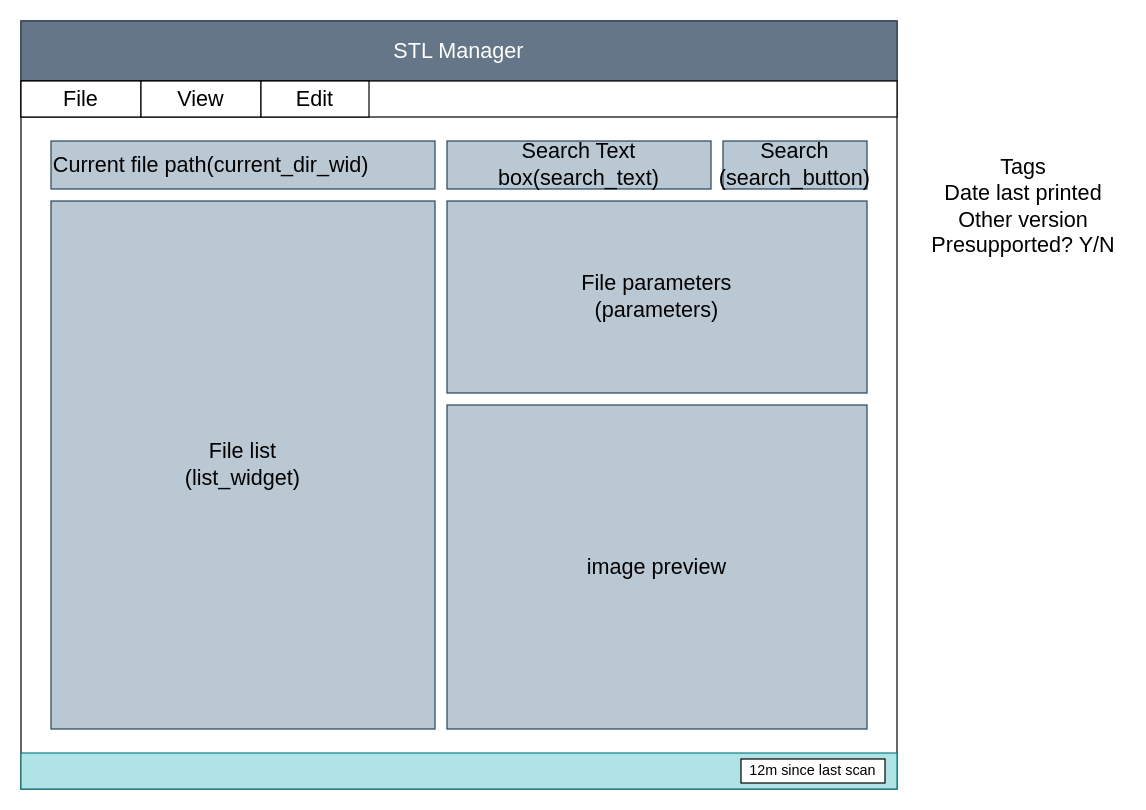
This is AppView.drawio from Gink3/STL_Manager, a draw.io file, before an edit. Source tidied: cells renumbered, new cells numbered last; positions are measured from the earlier drawing's top-left corner, leaving out a move shared by most shapes. Both pictures are drawn from the tidied source at 120%, with x=0, y=0 at pixel (20, 20).
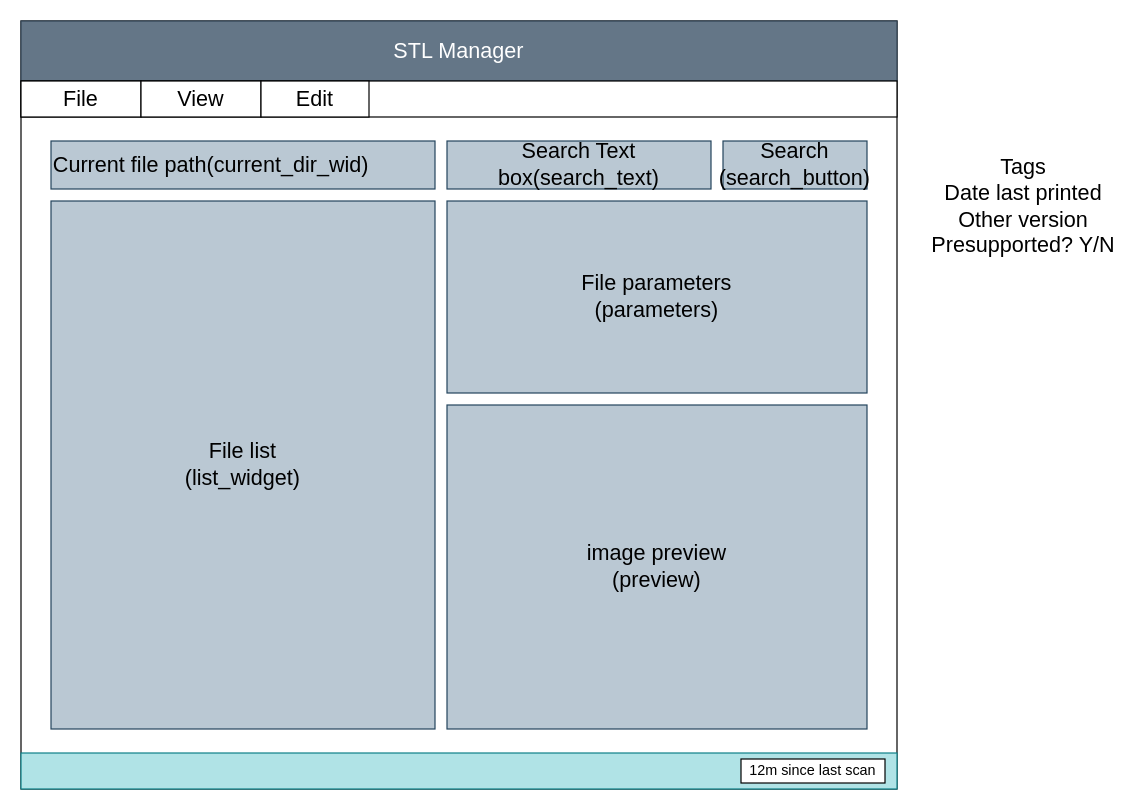
The same diagram, later.

Commit message:
Added image preview label

Diff of the diagram source:
```diff
@@
 <mxGraphModel>
   <root>
     <mxCell id="0" />
     <mxCell id="1" parent="0" />
     <mxCell id="2" style="rounded=0;whiteSpace=wrap;html=1;" parent="1" vertex="1">
       <mxGeometry width="730" height="640" as="geometry" />
     </mxCell>
     <mxCell id="3" value="&lt;font style=&quot;font-size: 18px;&quot;&gt;STL Manager&lt;/font&gt;" style="rounded=0;whiteSpace=wrap;html=1;fillColor=#647687;fontColor=#ffffff;strokeColor=#314354;" parent="1" vertex="1">
       <mxGeometry width="730" height="50" as="geometry" />
     </mxCell>
     <mxCell id="4" value="File list&lt;br&gt;(list_widget)" style="rounded=0;whiteSpace=wrap;html=1;fontSize=18;fillColor=#bac8d3;strokeColor=#23445d;" parent="1" vertex="1">
       <mxGeometry x="25" y="150" width="320" height="440" as="geometry" />
     </mxCell>
     <mxCell id="5" value="Current file path(current_dir_wid)" style="rounded=0;whiteSpace=wrap;html=1;fontSize=18;align=left;fillColor=#bac8d3;strokeColor=#23445d;" parent="1" vertex="1">
       <mxGeometry x="25" y="100" width="320" height="40" as="geometry" />
     </mxCell>
     <mxCell id="6" value="File parameters&lt;br&gt;(parameters)" style="rounded=0;whiteSpace=wrap;html=1;fontSize=18;fillColor=#bac8d3;strokeColor=#23445d;" parent="1" vertex="1">
       <mxGeometry x="355" y="150" width="350" height="160" as="geometry" />
     </mxCell>
-    <mxCell id="7" value="image preview" style="rounded=0;whiteSpace=wrap;html=1;fontSize=18;fillColor=#bac8d3;strokeColor=#23445d;" parent="1" vertex="1">
+    <mxCell id="7" value="image preview&lt;br&gt;(preview)" style="rounded=0;whiteSpace=wrap;html=1;fontSize=18;fillColor=#bac8d3;strokeColor=#23445d;" parent="1" vertex="1">
       <mxGeometry x="355" y="320" width="350" height="270" as="geometry" />
     </mxCell>
     <mxCell id="8" value="Search Text box(search_text)" style="rounded=0;whiteSpace=wrap;html=1;fontSize=18;fillColor=#bac8d3;strokeColor=#23445d;" parent="1" vertex="1">
       <mxGeometry x="355" y="100" width="220" height="40" as="geometry" />
     </mxCell>
     <mxCell id="9" value="Tags&lt;br&gt;Date last printed&lt;br&gt;Other version&lt;br&gt;Presupported? Y/N" style="text;html=1;align=center;verticalAlign=middle;strokeColor=none;fillColor=none;fontSize=18;" parent="1" vertex="1">
       <mxGeometry x="750" y="110" width="170" height="90" as="geometry" />
     </mxCell>
     <mxCell id="10" value="Search&lt;br&gt;(search_button)" style="rounded=0;whiteSpace=wrap;html=1;fontSize=18;fillColor=#bac8d3;strokeColor=#23445d;" parent="1" vertex="1">
       <mxGeometry x="585" y="100" width="120" height="40" as="geometry" />
     </mxCell>
     <mxCell id="11" style="rounded=0;whiteSpace=wrap;html=1;fontSize=18;" parent="1" vertex="1">
       <mxGeometry y="50" width="730" height="30" as="geometry" />
     </mxCell>
     <mxCell id="12" value="File" style="rounded=0;whiteSpace=wrap;html=1;fontSize=18;" parent="1" vertex="1">
       <mxGeometry y="50" width="100" height="30" as="geometry" />
     </mxCell>
     <mxCell id="13" value="View" style="rounded=0;whiteSpace=wrap;html=1;fontSize=18;" parent="1" vertex="1">
       <mxGeometry x="100" y="50" width="100" height="30" as="geometry" />
     </mxCell>
     <mxCell id="14" value="Edit" style="rounded=0;whiteSpace=wrap;html=1;fontSize=18;" parent="1" vertex="1">
       <mxGeometry x="200" y="50" width="90" height="30" as="geometry" />
     </mxCell>
     <mxCell id="15" style="rounded=0;whiteSpace=wrap;html=1;fillColor=#b0e3e6;strokeColor=#0e8088;" parent="1" vertex="1">
       <mxGeometry y="610" width="730" height="30" as="geometry" />
     </mxCell>
     <mxCell id="16" value="12m since last scan" style="rounded=0;whiteSpace=wrap;html=1;" parent="1" vertex="1">
       <mxGeometry x="600" y="615" width="120" height="20" as="geometry" />
     </mxCell>
   </root>
 </mxGraphModel>
```
